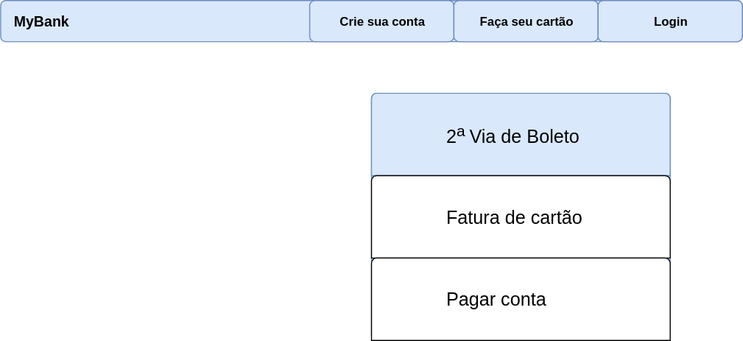
The draw.io diagram wireframes/myBank.svg in guilhermeferreira7/chipre-bank, before a commit. Source tidied: cells renumbered, new cells last; positions are measured from the earlier drawing's top-left corner, leaving out a move shared by most shapes. Its diagram source:
```xml
<mxGraphModel>
  <root>
    <mxCell id="0" />
    <mxCell id="1" parent="0" />
    <mxCell id="2" style="html=1;shadow=0;dashed=0;shape=mxgraph.bootstrap.rrect;rSize=5;fillColor=#dae8fc;strokeColor=#6c8ebf;whiteSpace=wrap;" parent="1" vertex="1">
      <mxGeometry width="720" height="40" as="geometry" />
    </mxCell>
    <mxCell id="3" value="&lt;b&gt;&lt;font color=&quot;#000000&quot;&gt;MyBank&lt;/font&gt;&lt;/b&gt;" style="html=1;shadow=0;dashed=0;shape=mxgraph.bootstrap.anchor;fontColor=#999999;fontSize=14;whiteSpace=wrap;" parent="2" vertex="1">
      <mxGeometry width="80" height="40" relative="1" as="geometry" />
    </mxCell>
    <mxCell id="4" value="Crie sua conta" style="html=1;shadow=0;dashed=0;shape=mxgraph.bootstrap.rrect;align=center;rSize=5;strokeColor=#6c8ebf;fillColor=#dae8fc;fontStyle=1;whiteSpace=wrap;" parent="2" vertex="1">
      <mxGeometry x="300" width="140" height="40" as="geometry" />
    </mxCell>
    <mxCell id="5" value="Faça seu cartão" style="html=1;shadow=0;dashed=0;shape=mxgraph.bootstrap.rrect;align=center;rSize=5;strokeColor=#6c8ebf;fillColor=#dae8fc;fontStyle=1;whiteSpace=wrap;" parent="2" vertex="1">
      <mxGeometry x="440" width="140" height="40" as="geometry" />
    </mxCell>
    <mxCell id="6" value="Login" style="html=1;shadow=0;dashed=0;shape=mxgraph.bootstrap.rrect;align=center;rSize=5;strokeColor=#6c8ebf;fillColor=#dae8fc;fontStyle=1;whiteSpace=wrap;" parent="2" vertex="1">
      <mxGeometry x="580" width="140" height="40" as="geometry" />
    </mxCell>
    <mxCell id="7" style="html=1;shadow=0;dashed=0;shape=mxgraph.bootstrap.rrect;rSize=5;whiteSpace=wrap;fillColor=#dae8fc;strokeColor=#6C8EBF;" parent="1" vertex="1">
      <mxGeometry x="360" y="90" width="290" height="240" as="geometry" />
    </mxCell>
    <mxCell id="8" style="html=1;shadow=0;dashed=0;shape=mxgraph.bootstrap.topButton;rSize=5;fillColor=#dae8fc;strokeColor=#6c8ebf;spacingLeft=10;align=left;fontSize=14;perimeter=none;whiteSpace=wrap;verticalAlign=bottom;spacingBottom=13;" parent="7" vertex="1">
      <mxGeometry width="290" height="80" relative="1" as="geometry" />
    </mxCell>
    <mxCell id="9" value="&lt;font color=&quot;#000000&quot;&gt;2&lt;sup&gt;a &lt;/sup&gt;Via de Boleto&lt;/font&gt;" style="html=1;shadow=0;dashed=0;shape=mxgraph.bootstrap.anchor;fontColor=#ffffff;spacingLeft=10;align=left;fontSize=18;whiteSpace=wrap;" parent="8" vertex="1">
      <mxGeometry width="230" height="40" relative="1" as="geometry">
        <mxPoint x="60" y="20" as="offset" />
      </mxGeometry>
    </mxCell>
    <mxCell id="10" style="html=1;shadow=0;dashed=0;shape=mxgraph.bootstrap.topButton;rSize=5;spacingLeft=10;align=left;fontSize=14;perimeter=none;whiteSpace=wrap;verticalAlign=bottom;spacingBottom=13;" parent="7" vertex="1">
      <mxGeometry y="80" width="290" height="80" as="geometry" />
    </mxCell>
    <mxCell id="11" value="&lt;font color=&quot;#000000&quot;&gt;Fatura de cartão&lt;/font&gt;" style="html=1;shadow=0;dashed=0;shape=mxgraph.bootstrap.anchor;fontColor=#ffffff;spacingLeft=10;align=left;fontSize=18;whiteSpace=wrap;" parent="10" vertex="1">
      <mxGeometry width="230" height="40" relative="1" as="geometry">
        <mxPoint x="60" y="20" as="offset" />
      </mxGeometry>
    </mxCell>
    <mxCell id="12" style="html=1;shadow=0;dashed=0;shape=mxgraph.bootstrap.topButton;rSize=5;spacingLeft=10;align=left;fontSize=14;perimeter=none;whiteSpace=wrap;verticalAlign=bottom;spacingBottom=13;" parent="7" vertex="1">
      <mxGeometry y="160" width="290" height="80" as="geometry" />
    </mxCell>
    <mxCell id="13" value="&lt;font color=&quot;#000000&quot;&gt;Pagar conta&lt;/font&gt;" style="html=1;shadow=0;dashed=0;shape=mxgraph.bootstrap.anchor;fontColor=#ffffff;spacingLeft=10;align=left;fontSize=18;whiteSpace=wrap;" parent="12" vertex="1">
      <mxGeometry width="230" height="40" relative="1" as="geometry">
        <mxPoint x="60" y="20" as="offset" />
      </mxGeometry>
    </mxCell>
  </root>
</mxGraphModel>
```
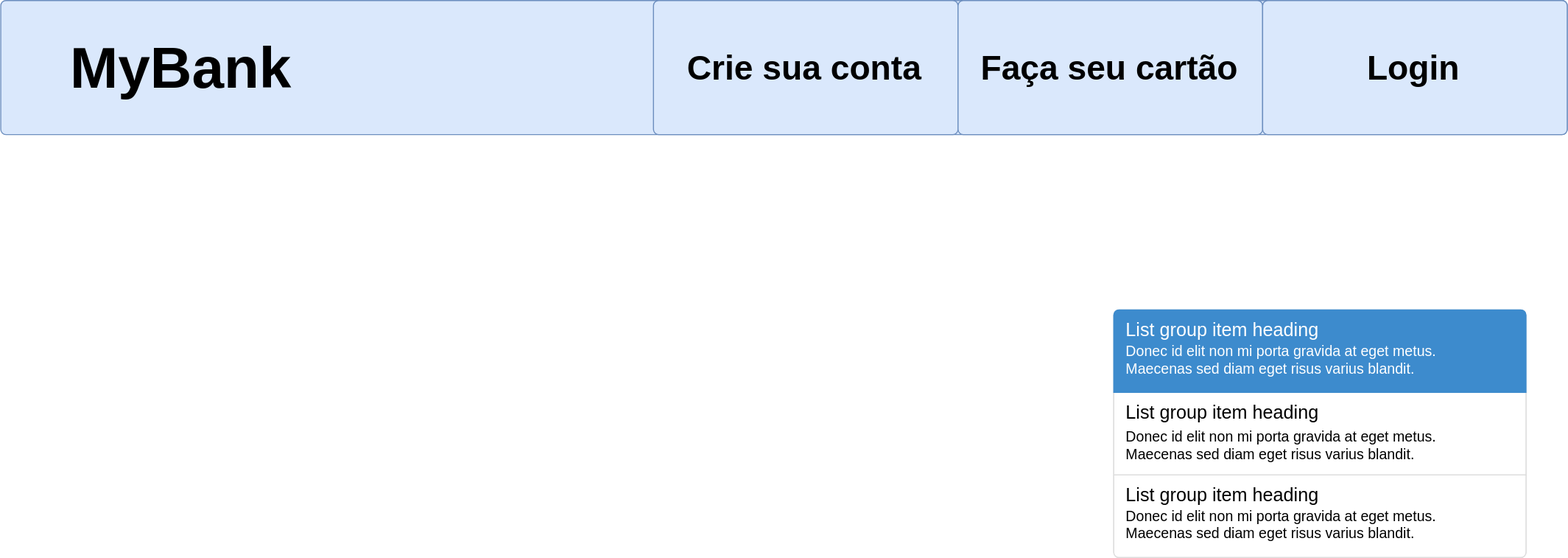
The same diagram one commit later.

What changed in the source:
```diff
@@ -3,46 +3,44 @@
     <mxCell id="0" />
     <mxCell id="1" parent="0" />
     <mxCell id="2" style="html=1;shadow=0;dashed=0;shape=mxgraph.bootstrap.rrect;rSize=5;fillColor=#dae8fc;strokeColor=#6c8ebf;whiteSpace=wrap;" parent="1" vertex="1">
-      <mxGeometry width="720" height="40" as="geometry" />
+      <mxGeometry width="1520" height="130" as="geometry" />
     </mxCell>
-    <mxCell id="3" value="&lt;b&gt;&lt;font color=&quot;#000000&quot;&gt;MyBank&lt;/font&gt;&lt;/b&gt;" style="html=1;shadow=0;dashed=0;shape=mxgraph.bootstrap.anchor;fontColor=#999999;fontSize=14;whiteSpace=wrap;" parent="2" vertex="1">
-      <mxGeometry width="80" height="40" relative="1" as="geometry" />
+    <mxCell id="3" value="&lt;b&gt;&lt;font color=&quot;#000000&quot; style=&quot;font-size: 56px&quot;&gt;MyBank&lt;/font&gt;&lt;/b&gt;" style="html=1;shadow=0;dashed=0;shape=mxgraph.bootstrap.anchor;fontColor=#999999;fontSize=14;whiteSpace=wrap;strokeWidth=1;" parent="2" vertex="1">
+      <mxGeometry width="350" height="130" relative="1" as="geometry" />
     </mxCell>
-    <mxCell id="4" value="Crie sua conta" style="html=1;shadow=0;dashed=0;shape=mxgraph.bootstrap.rrect;align=center;rSize=5;strokeColor=#6c8ebf;fillColor=#dae8fc;fontStyle=1;whiteSpace=wrap;" parent="2" vertex="1">
-      <mxGeometry x="300" width="140" height="40" as="geometry" />
+    <mxCell id="4" value="&lt;font style=&quot;font-size: 33px&quot;&gt;Crie sua conta&lt;/font&gt;" style="html=1;shadow=0;dashed=0;shape=mxgraph.bootstrap.rrect;align=center;rSize=5;strokeColor=#6c8ebf;fillColor=#dae8fc;fontStyle=1;whiteSpace=wrap;" parent="2" vertex="1">
+      <mxGeometry x="633.3" width="295.6" height="130" as="geometry" />
     </mxCell>
-    <mxCell id="5" value="Faça seu cartão" style="html=1;shadow=0;dashed=0;shape=mxgraph.bootstrap.rrect;align=center;rSize=5;strokeColor=#6c8ebf;fillColor=#dae8fc;fontStyle=1;whiteSpace=wrap;" parent="2" vertex="1">
-      <mxGeometry x="440" width="140" height="40" as="geometry" />
+    <mxCell id="5" value="&lt;font style=&quot;font-size: 33px&quot;&gt;Faça seu cartão&lt;/font&gt;" style="html=1;shadow=0;dashed=0;shape=mxgraph.bootstrap.rrect;align=center;rSize=5;strokeColor=#6c8ebf;fillColor=#dae8fc;fontStyle=1;whiteSpace=wrap;" parent="2" vertex="1">
+      <mxGeometry x="928.9" width="295.6" height="130" as="geometry" />
     </mxCell>
-    <mxCell id="6" value="Login" style="html=1;shadow=0;dashed=0;shape=mxgraph.bootstrap.rrect;align=center;rSize=5;strokeColor=#6c8ebf;fillColor=#dae8fc;fontStyle=1;whiteSpace=wrap;" parent="2" vertex="1">
-      <mxGeometry x="580" width="140" height="40" as="geometry" />
+    <mxCell id="6" value="&lt;font style=&quot;font-size: 33px&quot;&gt;Login&lt;/font&gt;" style="html=1;shadow=0;dashed=0;shape=mxgraph.bootstrap.rrect;align=center;rSize=5;strokeColor=#6c8ebf;fillColor=#dae8fc;fontStyle=1;whiteSpace=wrap;" parent="2" vertex="1">
+      <mxGeometry x="1224.4" width="295.6" height="130" as="geometry" />
     </mxCell>
-    <mxCell id="7" style="html=1;shadow=0;dashed=0;shape=mxgraph.bootstrap.rrect;rSize=5;whiteSpace=wrap;fillColor=#dae8fc;strokeColor=#6C8EBF;" parent="1" vertex="1">
-      <mxGeometry x="360" y="90" width="290" height="240" as="geometry" />
-    </mxCell>
-    <mxCell id="8" style="html=1;shadow=0;dashed=0;shape=mxgraph.bootstrap.topButton;rSize=5;fillColor=#dae8fc;strokeColor=#6c8ebf;spacingLeft=10;align=left;fontSize=14;perimeter=none;whiteSpace=wrap;verticalAlign=bottom;spacingBottom=13;" parent="7" vertex="1">
-      <mxGeometry width="290" height="80" relative="1" as="geometry" />
-    </mxCell>
-    <mxCell id="9" value="&lt;font color=&quot;#000000&quot;&gt;2&lt;sup&gt;a &lt;/sup&gt;Via de Boleto&lt;/font&gt;" style="html=1;shadow=0;dashed=0;shape=mxgraph.bootstrap.anchor;fontColor=#ffffff;spacingLeft=10;align=left;fontSize=18;whiteSpace=wrap;" parent="8" vertex="1">
-      <mxGeometry width="230" height="40" relative="1" as="geometry">
-        <mxPoint x="60" y="20" as="offset" />
-      </mxGeometry>
-    </mxCell>
-    <mxCell id="10" style="html=1;shadow=0;dashed=0;shape=mxgraph.bootstrap.topButton;rSize=5;spacingLeft=10;align=left;fontSize=14;perimeter=none;whiteSpace=wrap;verticalAlign=bottom;spacingBottom=13;" parent="7" vertex="1">
-      <mxGeometry y="80" width="290" height="80" as="geometry" />
-    </mxCell>
-    <mxCell id="11" value="&lt;font color=&quot;#000000&quot;&gt;Fatura de cartão&lt;/font&gt;" style="html=1;shadow=0;dashed=0;shape=mxgraph.bootstrap.anchor;fontColor=#ffffff;spacingLeft=10;align=left;fontSize=18;whiteSpace=wrap;" parent="10" vertex="1">
-      <mxGeometry width="230" height="40" relative="1" as="geometry">
-        <mxPoint x="60" y="20" as="offset" />
-      </mxGeometry>
-    </mxCell>
-    <mxCell id="12" style="html=1;shadow=0;dashed=0;shape=mxgraph.bootstrap.topButton;rSize=5;spacingLeft=10;align=left;fontSize=14;perimeter=none;whiteSpace=wrap;verticalAlign=bottom;spacingBottom=13;" parent="7" vertex="1">
-      <mxGeometry y="160" width="290" height="80" as="geometry" />
-    </mxCell>
-    <mxCell id="13" value="&lt;font color=&quot;#000000&quot;&gt;Pagar conta&lt;/font&gt;" style="html=1;shadow=0;dashed=0;shape=mxgraph.bootstrap.anchor;fontColor=#ffffff;spacingLeft=10;align=left;fontSize=18;whiteSpace=wrap;" parent="12" vertex="1">
-      <mxGeometry width="230" height="40" relative="1" as="geometry">
-        <mxPoint x="60" y="20" as="offset" />
-      </mxGeometry>
-    </mxCell>
+    <mxCell id="14" style="html=1;shadow=0;dashed=0;shape=mxgraph.bootstrap.rrect;rSize=5;fillColor=#ffffff;strokeColor=#dddddd;whiteSpace=wrap;" parent="1" vertex="1">
+      <mxGeometry x="1080" y="300" width="400" height="240" as="geometry" />
+    </mxCell>
+    <mxCell id="15" value="Donec id elit non mi porta gravida at eget metus.&#10;Maecenas sed diam eget risus varius blandit." style="strokeColor=inherit;fillColor=inherit;gradientColor=inherit;html=1;shadow=0;dashed=0;shape=mxgraph.bootstrap.rect;perimeter=none;spacingLeft=10;align=left;fontSize=14;whiteSpace=wrap;verticalAlign=bottom;spacingBottom=10;" parent="14" vertex="1">
+      <mxGeometry width="400" height="80" relative="1" as="geometry">
+        <mxPoint y="80" as="offset" />
+      </mxGeometry>
+    </mxCell>
+    <mxCell id="16" value="List group item heading" style="html=1;shadow=0;dashed=0;shape=mxgraph.bootstrap.anchor;spacingLeft=10;align=left;fontSize=18;whiteSpace=wrap;" parent="15" vertex="1">
+      <mxGeometry width="400" height="40" relative="1" as="geometry" />
+    </mxCell>
+    <mxCell id="17" value="Donec id elit non mi porta gravida at eget metus.&#10;Maecenas sed diam eget risus varius blandit." style="strokeColor=inherit;fillColor=inherit;gradientColor=inherit;html=1;shadow=0;dashed=0;shape=mxgraph.bootstrap.bottomButton;rSize=5;spacingLeft=10;align=left;fontSize=14;perimeter=none;whiteSpace=wrap;verticalAlign=bottom;spacingBottom=13;" parent="14" vertex="1">
+      <mxGeometry y="1" width="400" height="80" relative="1" as="geometry">
+        <mxPoint y="-80" as="offset" />
+      </mxGeometry>
+    </mxCell>
+    <mxCell id="18" value="List group item heading" style="html=1;shadow=0;dashed=0;shape=mxgraph.bootstrap.anchor;spacingLeft=10;align=left;fontSize=18;whiteSpace=wrap;" parent="17" vertex="1">
+      <mxGeometry width="400" height="40" relative="1" as="geometry" />
+    </mxCell>
+    <mxCell id="19" value="Donec id elit non mi porta gravida at eget metus.&#10;Maecenas sed diam eget risus varius blandit." style="html=1;shadow=0;dashed=0;shape=mxgraph.bootstrap.topButton;rSize=5;fillColor=#3D8BCD;strokeColor=#3D8BCD;fontColor=#ffffff;spacingLeft=10;align=left;fontSize=14;perimeter=none;whiteSpace=wrap;verticalAlign=bottom;spacingBottom=13;" parent="14" vertex="1">
+      <mxGeometry width="400" height="80" relative="1" as="geometry" />
+    </mxCell>
+    <mxCell id="20" value="List group item heading" style="html=1;shadow=0;dashed=0;shape=mxgraph.bootstrap.anchor;fontColor=#ffffff;spacingLeft=10;align=left;fontSize=18;whiteSpace=wrap;" parent="19" vertex="1">
+      <mxGeometry width="400" height="40" relative="1" as="geometry" />
+    </mxCell>
   </root>
 </mxGraphModel>
```
